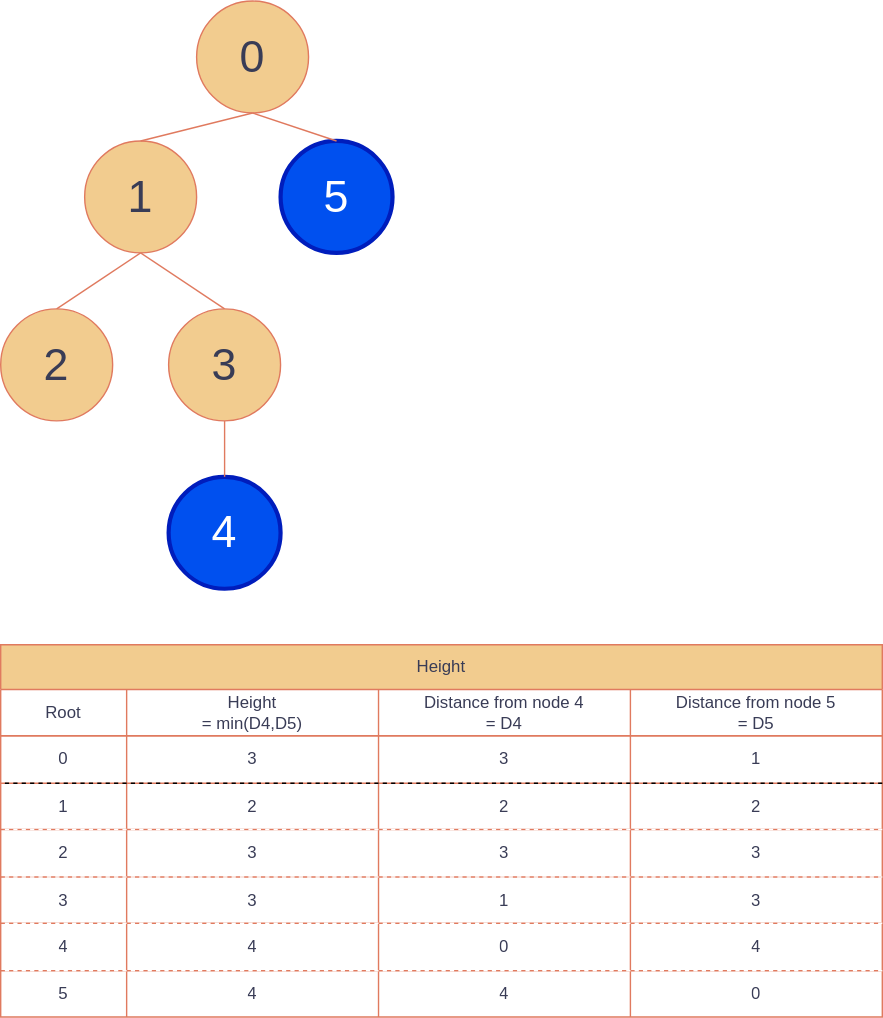
Before: lib/cpalgo/tree/resources/height.drawio.svg, a diagram exported from draw.io (xirc/cp-algorithm). Source tidied: cells renumbered, new cells last; positions are measured from the earlier drawing's top-left corner, leaving out a move shared by most shapes.
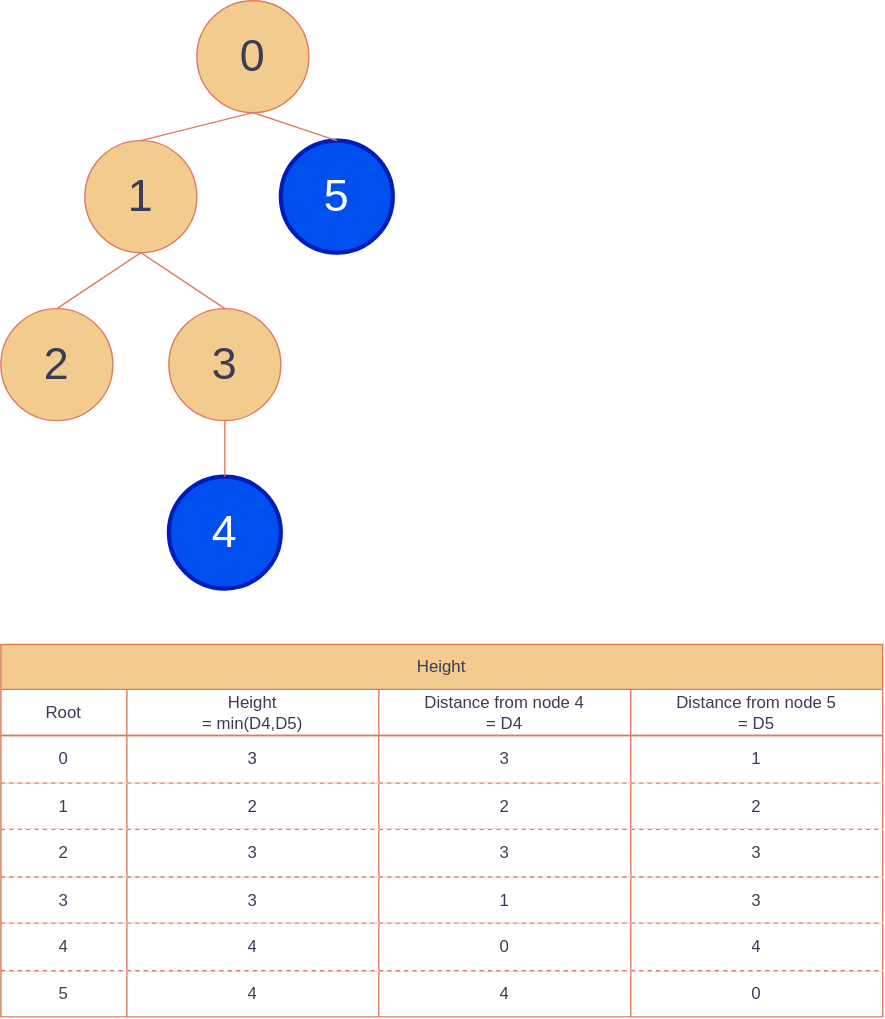
The same diagram one commit later.

Commit message:
Fix uninteded figure style

The edit, as a diff of the source:
```diff
@@ -38,7 +38,7 @@
     <mxCell id="13" value="Distance from node 5&lt;br&gt;= D5" style="shape=partialRectangle;html=1;whiteSpace=wrap;fillColor=none;top=0;left=0;bottom=0;right=0;overflow=hidden;strokeColor=#E07A5F;fontColor=#393C56;" parent="9" vertex="1">
       <mxGeometry x="450" width="180" height="33" as="geometry" />
     </mxCell>
-    <mxCell id="14" style="shape=partialRectangle;html=1;whiteSpace=wrap;fillColor=none;top=0;left=0;bottom=1;right=0;fontColor=#393C56;dashed=1;" parent="8" vertex="1">
+    <mxCell id="14" style="shape=partialRectangle;html=1;whiteSpace=wrap;fillColor=none;top=0;left=0;bottom=1;right=0;fontColor=#393C56;dashed=1;strokeColor=#FFFFFF;" parent="8" vertex="1">
       <mxGeometry y="65" width="630" height="34" as="geometry" />
     </mxCell>
     <mxCell id="15" value="0" style="shape=partialRectangle;html=1;whiteSpace=wrap;fillColor=none;top=0;left=0;bottom=0;right=0;overflow=hidden;strokeColor=#E07A5F;fontColor=#393C56;" parent="14" vertex="1">
```
